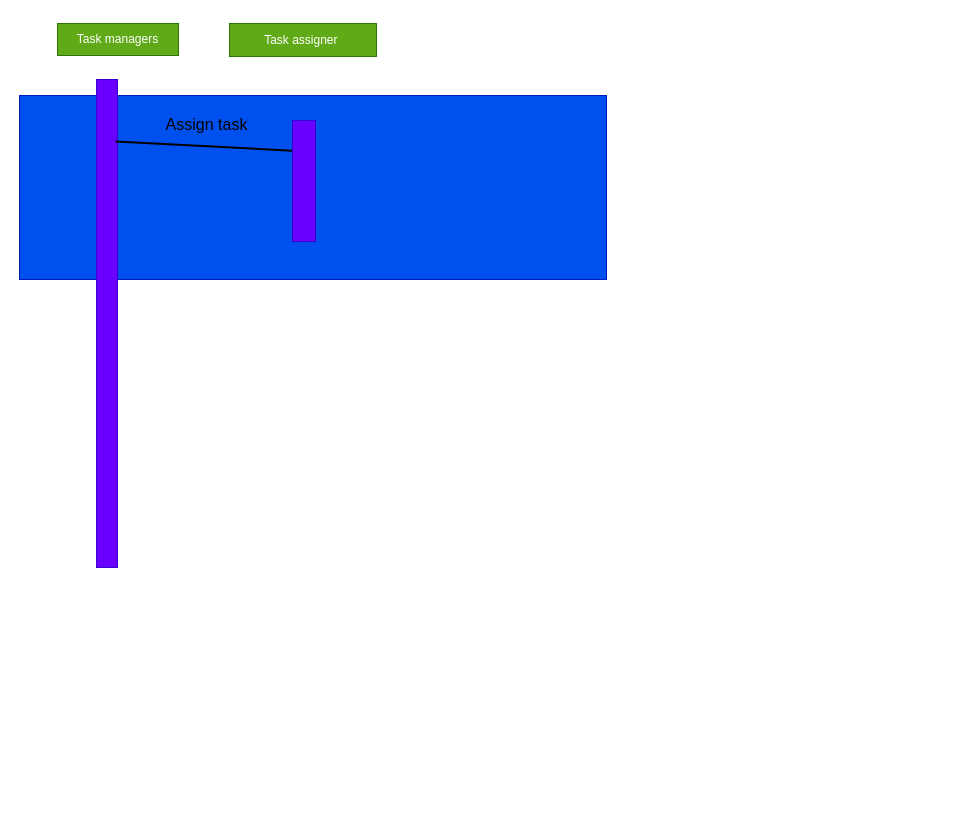
The draw.io diagram ex2_seq.drawio.xml in CHU1PC/data-management, before the edit. Source tidied: cells renumbered, new cells numbered last; positions are measured from the earlier drawing's top-left corner, leaving out a move shared by most shapes. Both pictures are drawn from the tidied source at 100%, with x=0, y=0 at pixel (19, 23).
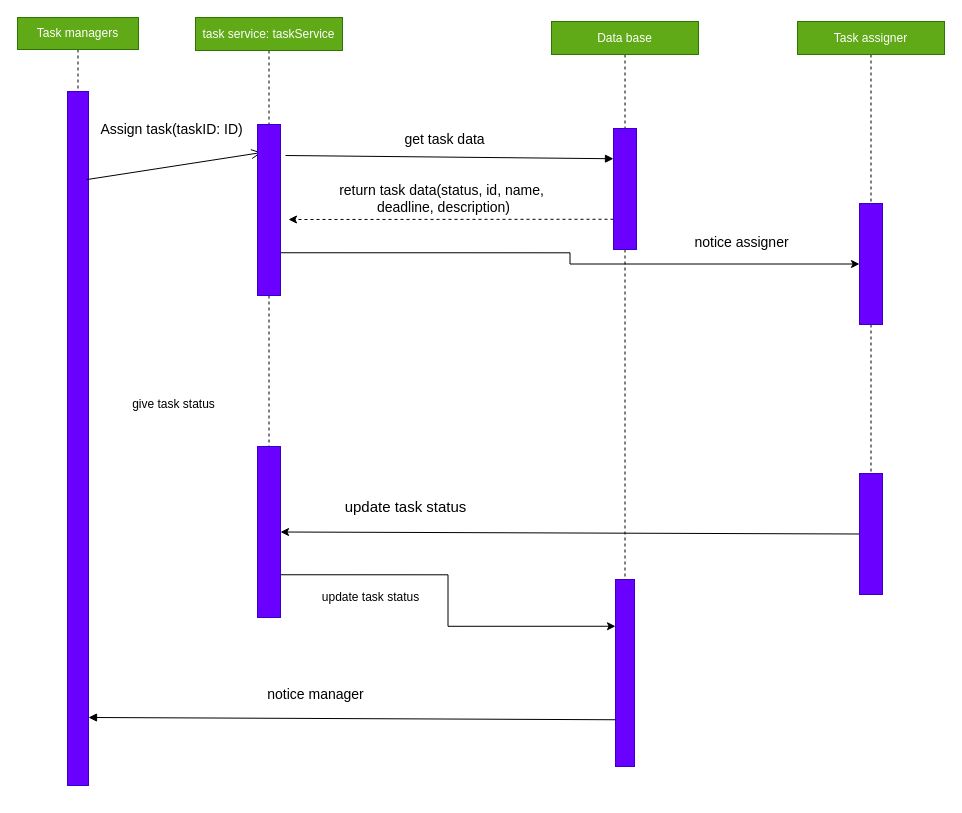
Above is the later version.

Commit message:
ex2_seq.drawio.xml を更新します

What changed in the source:
```diff
@@
-    <mxCell id="2" style="rounded=0;whiteSpace=wrap;html=1;fillColor=#0050ef;fontColor=#ffffff;strokeColor=#001DBC;" parent="1" vertex="1">
-      <mxGeometry y="72" width="587" height="184" as="geometry" />
-    </mxCell>
+    <mxCell id="10" style="rounded=0;jettySize=auto;html=1;exitX=0.5;exitY=1;exitDx=0;exitDy=0;entryX=0.5;entryY=0;entryDx=0;entryDy=0;dashed=1;endArrow=none;startFill=0;" parent="1" edge="1" source="3" target="4">
+      <mxGeometry relative="1" as="geometry" />
+    </mxCell>
     <mxCell id="3" value="Task managers" style="rounded=0;whiteSpace=wrap;html=1;fillColor=#60a917;fontColor=#ffffff;strokeColor=#2D7600;" parent="1" vertex="1">
-      <mxGeometry x="38" width="121" height="32" as="geometry" />
+      <mxGeometry x="-2" y="-6" width="121" height="32" as="geometry" />
     </mxCell>
     <mxCell id="4" style="rounded=0;whiteSpace=wrap;html=1;fillColor=#6a00ff;fontColor=#ffffff;strokeColor=#3700CC;" parent="1" vertex="1">
-      <mxGeometry x="77" y="56" width="21" height="488" as="geometry" />
+      <mxGeometry x="48" y="68" width="21" height="694" as="geometry" />
     </mxCell>
@@
-    <mxCell id="6" style="endArrow=none;html=1;strokeWidth=2;rounded=0;fontSize=12;startSize=8;endSize=8;exitX=0.905;exitY=0.127;exitDx=0;exitDy=0;exitPerimeter=0;entryX=0;entryY=0.25;entryDx=0;entryDy=0;" parent="1" edge="1" source="4" target="8">
+    <mxCell id="6" style="endArrow=open;html=1;strokeWidth=1;rounded=0;fontSize=12;startSize=8;endSize=8;exitX=0.905;exitY=0.127;exitDx=0;exitDy=0;exitPerimeter=0;endFill=0;entryX=0.174;entryY=0.164;entryDx=0;entryDy=0;entryPerimeter=0;" parent="1" edge="1" source="4" target="30">
       <mxGeometry relative="1" as="geometry" />
     </mxCell>
+    <mxCell id="11" style="rounded=0;jettySize=auto;html=1;exitX=0.5;exitY=1;exitDx=0;exitDy=0;entryX=0.5;entryY=0;entryDx=0;entryDy=0;dashed=1;endArrow=none;startFill=0;" parent="1" edge="1" source="7" target="8">
+      <mxGeometry relative="1" as="geometry" />
+    </mxCell>
-    <mxCell id="7" value="Task assigner&amp;nbsp;" style="rounded=0;whiteSpace=wrap;html=1;fillColor=#60a917;fontColor=#ffffff;strokeColor=#2D7600;" parent="1" vertex="1">
-      <mxGeometry x="210" width="147" height="33" as="geometry" />
+    <mxCell id="7" value="Task assigner" style="rounded=0;whiteSpace=wrap;html=1;fillColor=#60a917;fontColor=#ffffff;strokeColor=#2D7600;" parent="1" vertex="1">
+      <mxGeometry x="778" y="-2" width="147" height="33" as="geometry" />
     </mxCell>
+    <mxCell id="12" style="edgeStyle=orthogonalEdgeStyle;rounded=0;jettySize=auto;html=1;endArrow=none;startFill=0;dashed=1;" parent="1" edge="1" source="8" target="21">
+      <mxGeometry relative="1" as="geometry" />
+    </mxCell>
     <mxCell id="8" style="rounded=0;whiteSpace=wrap;html=1;fillColor=#6a00ff;fontColor=#ffffff;strokeColor=#3700CC;" parent="1" vertex="1">
-      <mxGeometry x="273" y="97" width="23" height="121" as="geometry" />
+      <mxGeometry x="840" y="180" width="23" height="121" as="geometry" />
     </mxCell>
-    <mxCell id="9" value="Assign task" style="text;html=1;align=center;verticalAlign=middle;strokeColor=none;fillColor=none;fontSize=16;" parent="1" vertex="1">
-      <mxGeometry x="137" y="85" width="100" height="31" as="geometry" />
+    <mxCell id="9" value="&lt;font style=&quot;font-size: 14px;&quot;&gt;Assign task(taskID: ID)&amp;nbsp;&lt;/font&gt;" style="text;html=1;align=center;verticalAlign=middle;strokeColor=none;fillColor=none;fontSize=16;" parent="1" vertex="1">
+      <mxGeometry x="72" y="89" width="164" height="31" as="geometry" />
     </mxCell>
+    <mxCell id="13" style="rounded=0;jettySize=auto;html=1;exitX=0.5;exitY=1;exitDx=0;exitDy=0;dashed=1;endArrow=none;startFill=0;" parent="1" edge="1" source="14" target="17">
+      <mxGeometry relative="1" as="geometry" />
+    </mxCell>
+    <mxCell id="14" value="Data base" style="rounded=0;whiteSpace=wrap;html=1;fillColor=#60a917;fontColor=#ffffff;strokeColor=#2D7600;" parent="1" vertex="1">
+      <mxGeometry x="532" y="-2" width="147" height="33" as="geometry" />
+    </mxCell>
+    <mxCell id="15" style="rounded=0;jettySize=auto;html=1;exitX=0.5;exitY=1;exitDx=0;exitDy=0;entryX=0.5;entryY=0;entryDx=0;entryDy=0;dashed=1;endArrow=none;startFill=0;" parent="1" edge="1" source="17" target="22">
+      <mxGeometry relative="1" as="geometry" />
+    </mxCell>
+    <mxCell id="16" style="rounded=0;jettySize=auto;html=1;exitX=0;exitY=0.75;exitDx=0;exitDy=0;dashed=1;" parent="1" edge="1" source="17">
+      <mxGeometry relative="1" as="geometry">
+        <mxPoint x="269" y="196" as="targetPoint" />
+      </mxGeometry>
+    </mxCell>
+    <mxCell id="17" style="rounded=0;whiteSpace=wrap;html=1;fillColor=#6a00ff;fontColor=#ffffff;strokeColor=#3700CC;" parent="1" vertex="1">
+      <mxGeometry x="594" y="105" width="23" height="121" as="geometry" />
+    </mxCell>
+    <mxCell id="18" value="&lt;font style=&quot;font-size: 14px;&quot;&gt;get task data&lt;/font&gt;&lt;div&gt;&lt;br&gt;&lt;/div&gt;" style="text;html=1;align=center;verticalAlign=middle;strokeColor=none;fillColor=none;" parent="1" vertex="1">
+      <mxGeometry x="376" y="101" width="98" height="43" as="geometry" />
+    </mxCell>
+    <mxCell id="19" value="&lt;font style=&quot;font-size: 14px;&quot;&gt;return task data(status, id, name,&lt;/font&gt;&lt;div&gt;&lt;font style=&quot;font-size: 14px;&quot;&gt;&amp;nbsp;deadline, description)&lt;/font&gt;&lt;/div&gt;" style="text;html=1;align=center;verticalAlign=middle;strokeColor=none;fillColor=none;" parent="1" vertex="1">
+      <mxGeometry x="310" y="152" width="223" height="46" as="geometry" />
+    </mxCell>
+    <mxCell id="20" style="rounded=0;jettySize=auto;html=1;exitX=0;exitY=0.5;exitDx=0;exitDy=0;entryX=1;entryY=0.5;entryDx=0;entryDy=0;" parent="1" edge="1" source="21" target="33">
+      <mxGeometry relative="1" as="geometry" />
+    </mxCell>
+    <mxCell id="21" style="rounded=0;whiteSpace=wrap;html=1;fillColor=#6a00ff;fontColor=#ffffff;strokeColor=#3700CC;" parent="1" vertex="1">
+      <mxGeometry x="840" y="450" width="23" height="121" as="geometry" />
+    </mxCell>
+    <mxCell id="22" style="rounded=0;whiteSpace=wrap;html=1;fillColor=#6a00ff;fontColor=#ffffff;strokeColor=#3700CC;" parent="1" vertex="1">
+      <mxGeometry x="596" y="556" width="19" height="187" as="geometry" />
+    </mxCell>
+    <mxCell id="23" value="&lt;font style=&quot;font-size: 15px;&quot;&gt;update task status&lt;/font&gt;" style="text;html=1;align=center;verticalAlign=middle;strokeColor=none;fillColor=none;" parent="1" vertex="1">
+      <mxGeometry x="316" y="468" width="140" height="30" as="geometry" />
+    </mxCell>
+    <mxCell id="24" value="give task status" style="text;html=1;align=center;verticalAlign=middle;strokeColor=none;fillColor=none;" parent="1" vertex="1">
+      <mxGeometry x="103" y="368" width="101" height="26" as="geometry" />
+    </mxCell>
+    <mxCell id="25" style="rounded=0;jettySize=auto;html=1;exitX=0.5;exitY=1;exitDx=0;exitDy=0;dashed=1;endArrow=none;startFill=0;" parent="1" edge="1" source="26" target="30">
+      <mxGeometry relative="1" as="geometry" />
+    </mxCell>
+    <mxCell id="26" value="task service: taskService" style="rounded=0;whiteSpace=wrap;html=1;fillColor=#60a917;fontColor=#ffffff;strokeColor=#2D7600;" parent="1" vertex="1">
+      <mxGeometry x="176" y="-6" width="147" height="33" as="geometry" />
+    </mxCell>
+    <mxCell id="27" style="rounded=0;jettySize=auto;html=1;entryX=0;entryY=0.25;entryDx=0;entryDy=0;endArrow=block;endFill=1;" parent="1" edge="1" target="17">
+      <mxGeometry relative="1" as="geometry">
+        <mxPoint x="266" y="132" as="sourcePoint" />
+      </mxGeometry>
+    </mxCell>
+    <mxCell id="28" style="edgeStyle=orthogonalEdgeStyle;rounded=0;jettySize=auto;html=1;exitX=1;exitY=0.75;exitDx=0;exitDy=0;entryX=0;entryY=0.5;entryDx=0;entryDy=0;" parent="1" edge="1" source="30" target="8">
+      <mxGeometry relative="1" as="geometry" />
+    </mxCell>
+    <mxCell id="29" style="rounded=0;jettySize=auto;html=1;exitX=0.5;exitY=1;exitDx=0;exitDy=0;entryX=0.5;entryY=0;entryDx=0;entryDy=0;endArrow=none;startFill=0;dashed=1;" parent="1" edge="1" source="30" target="33">
+      <mxGeometry relative="1" as="geometry" />
+    </mxCell>
+    <mxCell id="30" style="rounded=0;whiteSpace=wrap;html=1;fillColor=#6a00ff;fontColor=#ffffff;strokeColor=#3700CC;" parent="1" vertex="1">
+      <mxGeometry x="238" y="101" width="23" height="171" as="geometry" />
+    </mxCell>
+    <mxCell id="31" value="&lt;font style=&quot;font-size: 14px;&quot;&gt;notice assigner&lt;/font&gt;" style="text;html=1;align=center;verticalAlign=middle;strokeColor=none;fillColor=none;" parent="1" vertex="1">
+      <mxGeometry x="666" y="204" width="112" height="29" as="geometry" />
+    </mxCell>
+    <mxCell id="32" style="edgeStyle=orthogonalEdgeStyle;rounded=0;jettySize=auto;html=1;exitX=1;exitY=0.75;exitDx=0;exitDy=0;entryX=0;entryY=0.25;entryDx=0;entryDy=0;" parent="1" edge="1" source="33" target="22">
+      <mxGeometry relative="1" as="geometry" />
+    </mxCell>
+    <mxCell id="33" style="rounded=0;whiteSpace=wrap;html=1;fillColor=#6a00ff;fontColor=#ffffff;strokeColor=#3700CC;" parent="1" vertex="1">
+      <mxGeometry x="238" y="423" width="23" height="171" as="geometry" />
+    </mxCell>
+    <mxCell id="34" value="update task status" style="text;html=1;align=center;verticalAlign=middle;strokeColor=none;fillColor=none;" parent="1" vertex="1">
+      <mxGeometry x="293" y="561" width="115" height="26" as="geometry" />
+    </mxCell>
+    <mxCell id="35" style="rounded=0;jettySize=auto;html=1;exitX=0;exitY=0.75;exitDx=0;exitDy=0;entryX=1;entryY=0.902;entryDx=0;entryDy=0;entryPerimeter=0;endArrow=block;endFill=1;" parent="1" edge="1" source="22" target="4">
+      <mxGeometry relative="1" as="geometry" />
+    </mxCell>
+    <mxCell id="36" value="&lt;font style=&quot;font-size: 14px;&quot;&gt;notice manager&lt;/font&gt;" style="text;html=1;align=center;verticalAlign=middle;strokeColor=none;fillColor=none;" parent="1" vertex="1">
+      <mxGeometry x="238" y="656" width="115" height="29" as="geometry" />
+    </mxCell>
```
